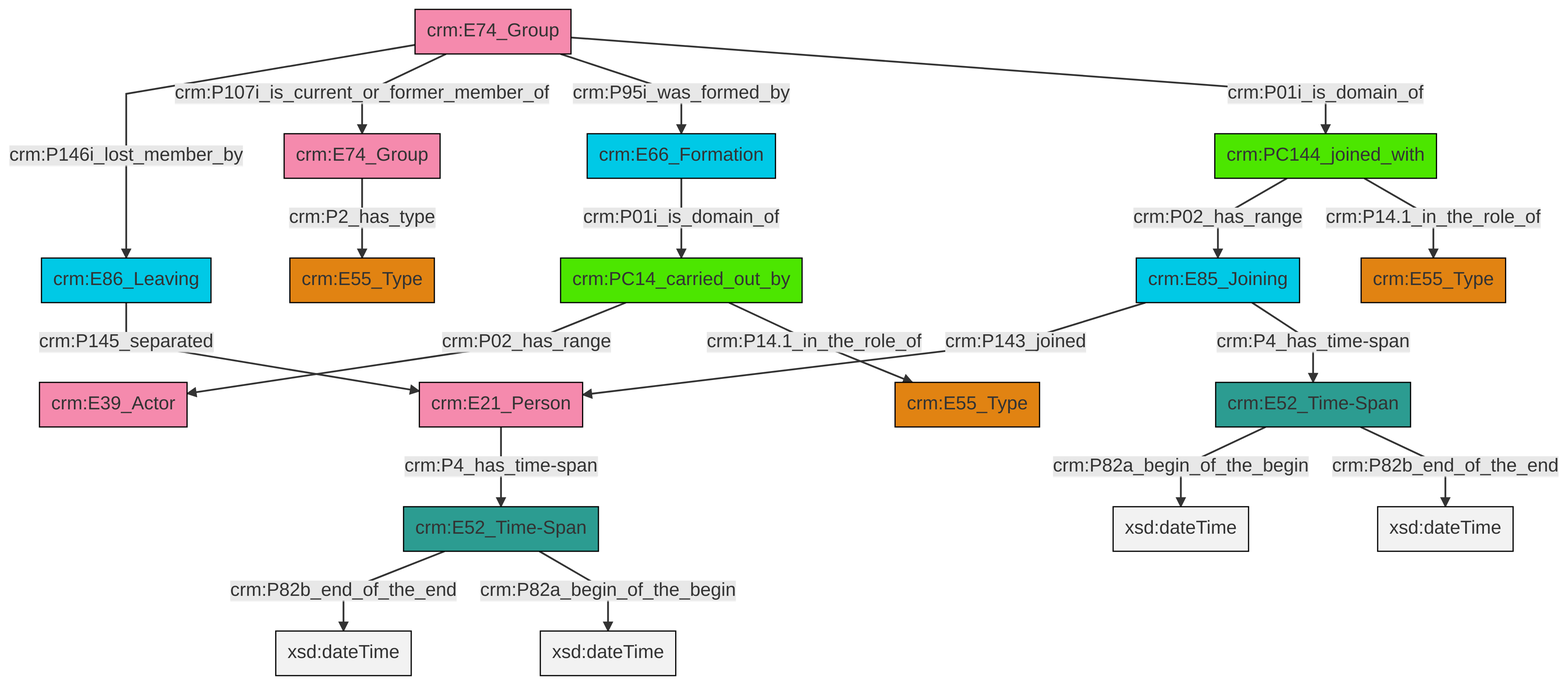
Above: et/groupCSV/ttl/mmd/png/group_actor_relations.png in swiss-art-research-net/reference-data-models (Mermaid), before the change. Its source is kept beside it as et/groupCSV/ttl/mmd/group_actor_relations.ttl.mmd.
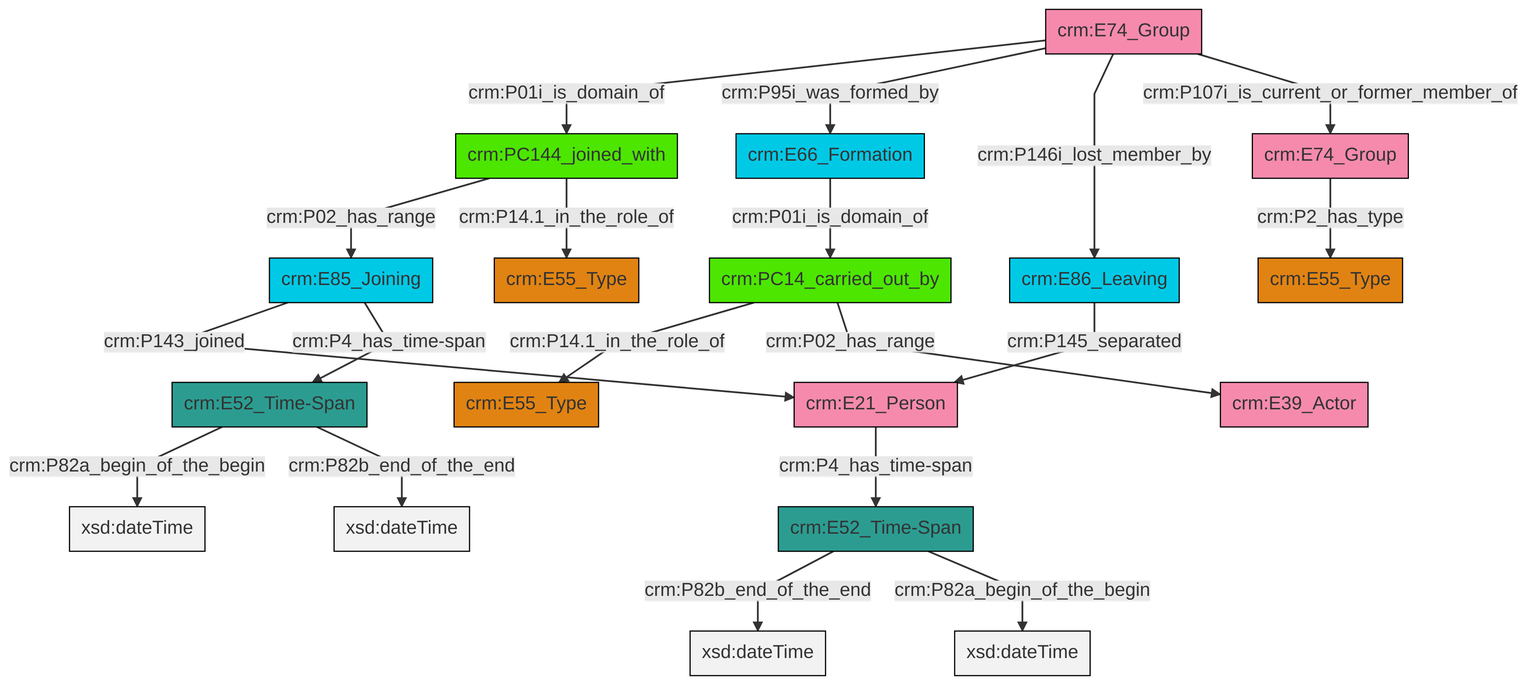
Above is the later version.

Change to the diagram source:
```diff
@@ -13,21 +13,21 @@
 classDef PC_Classes fill:#4ce600, stroke:#000000;
 classDef Multi fill:#cccccc,stroke:#000000;
 
-0["crm:PC14_carried_out_by"]:::PC_Classes -->|crm:P02_has_range| 1["crm:E39_Actor"]:::Actor
-9["crm:PC144_joined_with"]:::PC_Classes -->|crm:P02_has_range| 3["crm:E85_Joining"]:::Temporal_Entity
-0["crm:PC14_carried_out_by"]:::PC_Classes -->|crm:P14.1_in_the_role_of| 10["crm:E55_Type"]:::Type
-3["crm:E85_Joining"]:::Temporal_Entity -->|crm:P143_joined| 11["crm:E21_Person"]:::Actor
-12["crm:E74_Group"]:::Actor -->|crm:P146i_lost_member_by| 13["crm:E86_Leaving"]:::Temporal_Entity
-12["crm:E74_Group"]:::Actor -->|crm:P107i_is_current_or_former_member_of| 16["crm:E74_Group"]:::Actor
-12["crm:E74_Group"]:::Actor -->|crm:P95i_was_formed_by| 14["crm:E66_Formation"]:::Temporal_Entity
-16["crm:E74_Group"]:::Actor -->|crm:P2_has_type| 7["crm:E55_Type"]:::Type
-11["crm:E21_Person"]:::Actor -->|crm:P4_has_time-span| 18["crm:E52_Time-Span"]:::Time-Span
-9["crm:PC144_joined_with"]:::PC_Classes -->|crm:P14.1_in_the_role_of| 19["crm:E55_Type"]:::Type
-18["crm:E52_Time-Span"]:::Time-Span -->|crm:P82b_end_of_the_end| 21[xsd:dateTime]:::Literal
-18["crm:E52_Time-Span"]:::Time-Span -->|crm:P82a_begin_of_the_begin| 30[xsd:dateTime]:::Literal
-3["crm:E85_Joining"]:::Temporal_Entity -->|crm:P4_has_time-span| 5["crm:E52_Time-Span"]:::Time-Span
-5["crm:E52_Time-Span"]:::Time-Span -->|crm:P82a_begin_of_the_begin| 31[xsd:dateTime]:::Literal
-5["crm:E52_Time-Span"]:::Time-Span -->|crm:P82b_end_of_the_end| 32[xsd:dateTime]:::Literal
-12["crm:E74_Group"]:::Actor -->|crm:P01i_is_domain_of| 9["crm:PC144_joined_with"]:::PC_Classes
-14["crm:E66_Formation"]:::Temporal_Entity -->|crm:P01i_is_domain_of| 0["crm:PC14_carried_out_by"]:::PC_Classes
-13["crm:E86_Leaving"]:::Temporal_Entity -->|crm:P145_separated| 11["crm:E21_Person"]:::Actor
+2["crm:E74_Group"]:::Actor -->|crm:P01i_is_domain_of| 3["crm:PC144_joined_with"]:::PC_Classes
+6["crm:PC14_carried_out_by"]:::PC_Classes -->|crm:P14.1_in_the_role_of| 4["crm:E55_Type"]:::Type
+7["crm:E85_Joining"]:::Temporal_Entity -->|crm:P143_joined| 8["crm:E21_Person"]:::Actor
+12["crm:E52_Time-Span"]:::Time-Span -->|crm:P82b_end_of_the_end| 13[xsd:dateTime]:::Literal
+15["crm:E52_Time-Span"]:::Time-Span -->|crm:P82a_begin_of_the_begin| 16[xsd:dateTime]:::Literal
+2["crm:E74_Group"]:::Actor -->|crm:P95i_was_formed_by| 17["crm:E66_Formation"]:::Temporal_Entity
+2["crm:E74_Group"]:::Actor -->|crm:P146i_lost_member_by| 19["crm:E86_Leaving"]:::Temporal_Entity
+15["crm:E52_Time-Span"]:::Time-Span -->|crm:P82b_end_of_the_end| 20[xsd:dateTime]:::Literal
+2["crm:E74_Group"]:::Actor -->|crm:P107i_is_current_or_former_member_of| 22["crm:E74_Group"]:::Actor
+3["crm:PC144_joined_with"]:::PC_Classes -->|crm:P02_has_range| 7["crm:E85_Joining"]:::Temporal_Entity
+3["crm:PC144_joined_with"]:::PC_Classes -->|crm:P14.1_in_the_role_of| 0["crm:E55_Type"]:::Type
+6["crm:PC14_carried_out_by"]:::PC_Classes -->|crm:P02_has_range| 23["crm:E39_Actor"]:::Actor
+19["crm:E86_Leaving"]:::Temporal_Entity -->|crm:P145_separated| 8["crm:E21_Person"]:::Actor
+8["crm:E21_Person"]:::Actor -->|crm:P4_has_time-span| 12["crm:E52_Time-Span"]:::Time-Span
+7["crm:E85_Joining"]:::Temporal_Entity -->|crm:P4_has_time-span| 15["crm:E52_Time-Span"]:::Time-Span
+17["crm:E66_Formation"]:::Temporal_Entity -->|crm:P01i_is_domain_of| 6["crm:PC14_carried_out_by"]:::PC_Classes
+12["crm:E52_Time-Span"]:::Time-Span -->|crm:P82a_begin_of_the_begin| 33[xsd:dateTime]:::Literal
+22["crm:E74_Group"]:::Actor -->|crm:P2_has_type| 10["crm:E55_Type"]:::Type
```
